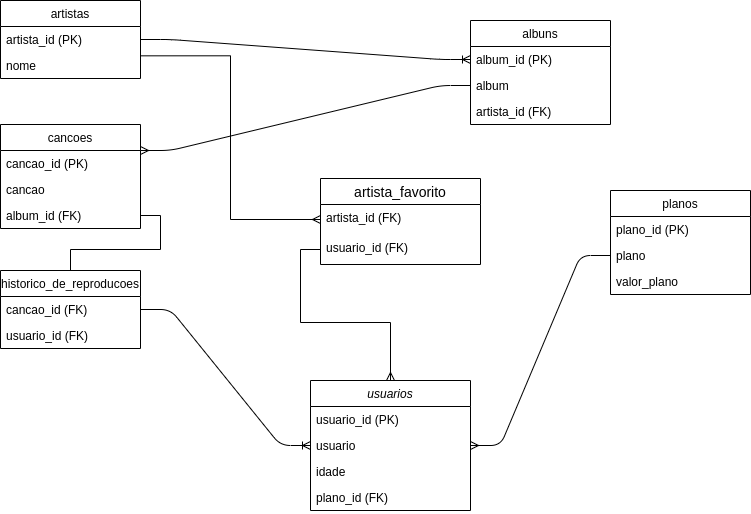
Above: images/MySQLOneForAll_Normalized.png in lmuffato/Project-mysql-one-for-all-Trybe (draw.io), before the change. Source tidied: cells renumbered, new cells last; positions are measured from the earlier drawing's top-left corner, leaving out a move shared by most shapes. Its diagram source:
```xml
<mxGraphModel>
  <root>
    <mxCell id="0" />
    <mxCell id="1" parent="0" />
    <mxCell id="2" value="usuarios" style="swimlane;fontStyle=2;align=center;verticalAlign=top;horizontal=1;startSize=26;rounded=0;shadow=0;strokeWidth=1;" parent="1" vertex="1">
      <mxGeometry x="310" y="380" width="160" height="130" as="geometry" />
    </mxCell>
    <mxCell id="3" value="usuario_id (PK)" style="text;align=left;verticalAlign=top;spacingLeft=4;spacingRight=4;overflow=hidden;" parent="2" vertex="1">
      <mxGeometry y="26" width="160" height="26" as="geometry" />
    </mxCell>
    <mxCell id="4" value="usuario" style="text;align=left;verticalAlign=top;spacingLeft=4;spacingRight=4;overflow=hidden;points=[[0,0.5],[1,0.5]];portConstraint=eastwest;rounded=0;shadow=0;html=0;" parent="2" vertex="1">
      <mxGeometry y="52" width="160" height="26" as="geometry" />
    </mxCell>
    <mxCell id="5" value="idade" style="text;align=left;verticalAlign=top;spacingLeft=4;spacingRight=4;overflow=hidden;rounded=0;shadow=0;html=0;" parent="2" vertex="1">
      <mxGeometry y="78" width="160" height="26" as="geometry" />
    </mxCell>
    <mxCell id="6" value="plano_id (FK)" style="text;align=left;verticalAlign=top;spacingLeft=4;spacingRight=4;overflow=hidden;rounded=0;shadow=0;html=0;" parent="2" vertex="1">
      <mxGeometry y="104" width="160" height="26" as="geometry" />
    </mxCell>
    <mxCell id="7" value="albuns" style="swimlane;fontStyle=0;horizontal=1;startSize=26;" parent="1" vertex="1">
      <mxGeometry x="470" y="20" width="140" height="104" as="geometry" />
    </mxCell>
    <mxCell id="8" value="album_id (PK)" style="text;strokeColor=none;fillColor=none;align=left;verticalAlign=top;spacingLeft=4;spacingRight=4;overflow=hidden;points=[[0,0.5],[1,0.5]];portConstraint=eastwest;" parent="7" vertex="1">
      <mxGeometry y="26" width="140" height="26" as="geometry" />
    </mxCell>
    <mxCell id="9" value="album" style="text;strokeColor=none;fillColor=none;align=left;verticalAlign=top;spacingLeft=4;spacingRight=4;overflow=hidden;points=[[0,0.5],[1,0.5]];portConstraint=eastwest;" parent="7" vertex="1">
      <mxGeometry y="52" width="140" height="26" as="geometry" />
    </mxCell>
    <mxCell id="10" value="artista_id (FK)" style="text;strokeColor=none;fillColor=none;align=left;verticalAlign=top;spacingLeft=4;spacingRight=4;overflow=hidden;" parent="7" vertex="1">
      <mxGeometry y="78" width="140" height="26" as="geometry" />
    </mxCell>
    <mxCell id="11" value="planos" style="swimlane;fontStyle=0;horizontal=1;startSize=26;" parent="1" vertex="1">
      <mxGeometry x="610" y="190" width="140" height="104" as="geometry" />
    </mxCell>
    <mxCell id="12" value="plano_id (PK)" style="text;strokeColor=none;fillColor=none;align=left;verticalAlign=top;spacingLeft=4;spacingRight=4;overflow=hidden;" parent="11" vertex="1">
      <mxGeometry y="26" width="140" height="26" as="geometry" />
    </mxCell>
    <mxCell id="13" value="plano" style="text;strokeColor=none;fillColor=none;align=left;verticalAlign=top;spacingLeft=4;spacingRight=4;overflow=hidden;points=[[0,0.5],[1,0.5]];portConstraint=eastwest;" parent="11" vertex="1">
      <mxGeometry y="52" width="140" height="26" as="geometry" />
    </mxCell>
    <mxCell id="14" value="valor_plano" style="text;strokeColor=none;fillColor=none;align=left;verticalAlign=top;spacingLeft=4;spacingRight=4;overflow=hidden;" parent="11" vertex="1">
      <mxGeometry y="78" width="140" height="26" as="geometry" />
    </mxCell>
    <mxCell id="15" value="cancoes" style="swimlane;fontStyle=0;horizontal=1;startSize=26;" parent="1" vertex="1">
      <mxGeometry y="124" width="140" height="104" as="geometry" />
    </mxCell>
    <mxCell id="16" value="cancao_id (PK)" style="text;strokeColor=none;fillColor=none;align=left;verticalAlign=top;spacingLeft=4;spacingRight=4;overflow=hidden;" parent="15" vertex="1">
      <mxGeometry y="26" width="140" height="26" as="geometry" />
    </mxCell>
    <mxCell id="17" value="cancao" style="text;strokeColor=none;fillColor=none;align=left;verticalAlign=top;spacingLeft=4;spacingRight=4;overflow=hidden;" parent="15" vertex="1">
      <mxGeometry y="52" width="140" height="26" as="geometry" />
    </mxCell>
    <mxCell id="18" value="album_id (FK)&#10;" style="text;strokeColor=none;fillColor=none;align=left;verticalAlign=top;spacingLeft=4;spacingRight=4;overflow=hidden;points=[[0,0.5],[1,0.5]];portConstraint=eastwest;" parent="15" vertex="1">
      <mxGeometry y="78" width="140" height="26" as="geometry" />
    </mxCell>
    <mxCell id="19" style="edgeStyle=orthogonalEdgeStyle;rounded=0;jettySize=auto;html=1;exitX=0.5;exitY=0;exitDx=0;exitDy=0;shadow=0;startArrow=none;startFill=0;endArrow=none;endFill=0;" parent="1" edge="1" source="20" target="18">
      <mxGeometry relative="1" as="geometry" />
    </mxCell>
    <mxCell id="20" value="historico_de_reproducoes" style="swimlane;fontStyle=0;horizontal=1;startSize=26;" parent="1" vertex="1">
      <mxGeometry y="270" width="140" height="78" as="geometry" />
    </mxCell>
    <mxCell id="21" value="cancao_id (FK)" style="text;strokeColor=none;fillColor=none;align=left;verticalAlign=top;spacingLeft=4;spacingRight=4;overflow=hidden;points=[[0,0.5],[1,0.5]];portConstraint=eastwest;" parent="20" vertex="1">
      <mxGeometry y="26" width="140" height="26" as="geometry" />
    </mxCell>
    <mxCell id="22" value="usuario_id (FK)" style="text;strokeColor=none;fillColor=none;align=left;verticalAlign=top;spacingLeft=4;spacingRight=4;overflow=hidden;" parent="20" vertex="1">
      <mxGeometry y="52" width="140" height="26" as="geometry" />
    </mxCell>
    <mxCell id="23" value="artistas" style="swimlane;fontStyle=0;horizontal=1;startSize=26;" parent="1" vertex="1">
      <mxGeometry width="140" height="78" as="geometry" />
    </mxCell>
    <mxCell id="24" value="artista_id (PK)" style="text;strokeColor=none;fillColor=none;align=left;verticalAlign=top;spacingLeft=4;spacingRight=4;overflow=hidden;points=[[0,0.5],[1,0.5]];portConstraint=eastwest;" parent="23" vertex="1">
      <mxGeometry y="26" width="140" height="26" as="geometry" />
    </mxCell>
    <mxCell id="25" value="nome&#10;" style="text;strokeColor=none;fillColor=none;align=left;verticalAlign=top;spacingLeft=4;spacingRight=4;overflow=hidden;points=[[0,0.5],[1,0.5]];portConstraint=eastwest;" parent="23" vertex="1">
      <mxGeometry y="52" width="140" height="26" as="geometry" />
    </mxCell>
    <mxCell id="26" style="edgeStyle=entityRelationEdgeStyle;fontSize=12;html=1;endArrow=none;startArrow=ERmany;startFill=0;endFill=0;entryX=0;entryY=0.5;entryDx=0;entryDy=0;exitX=1;exitY=0.5;exitDx=0;exitDy=0;" parent="1" edge="1" source="4" target="13">
      <mxGeometry relative="1" as="geometry" />
    </mxCell>
    <mxCell id="27" style="edgeStyle=entityRelationEdgeStyle;fontSize=12;html=1;endArrow=ERoneToMany;exitX=1;exitY=0.5;exitDx=0;exitDy=0;entryX=0;entryY=0.5;entryDx=0;entryDy=0;" parent="1" edge="1" source="24" target="8">
      <mxGeometry relative="1" as="geometry" />
    </mxCell>
    <mxCell id="28" style="edgeStyle=entityRelationEdgeStyle;fontSize=12;html=1;endArrow=none;shadow=0;endFill=0;startArrow=ERmany;startFill=0;exitX=1;exitY=0.25;exitDx=0;exitDy=0;entryX=0;entryY=0.5;entryDx=0;entryDy=0;" parent="1" edge="1" source="15" target="9">
      <mxGeometry relative="1" as="geometry" />
    </mxCell>
    <mxCell id="29" style="edgeStyle=entityRelationEdgeStyle;fontSize=12;html=1;endArrow=ERoneToMany;exitX=1;exitY=0.5;exitDx=0;exitDy=0;entryX=0;entryY=0.5;entryDx=0;entryDy=0;" parent="1" edge="1" source="21" target="4">
      <mxGeometry relative="1" as="geometry" />
    </mxCell>
    <mxCell id="30" value="artista_favorito" style="swimlane;fontStyle=0;horizontal=1;startSize=26;align=center;fontSize=14;" parent="1" vertex="1">
      <mxGeometry x="320" y="178" width="160" height="86" as="geometry" />
    </mxCell>
    <mxCell id="31" value="artista_id (FK)" style="text;strokeColor=none;fillColor=none;spacingLeft=4;spacingRight=4;overflow=hidden;points=[[0,0.5],[1,0.5]];portConstraint=eastwest;fontSize=12;" parent="30" vertex="1">
      <mxGeometry y="26" width="160" height="30" as="geometry" />
    </mxCell>
    <mxCell id="32" value="usuario_id (FK)" style="text;strokeColor=none;fillColor=none;spacingLeft=4;spacingRight=4;overflow=hidden;points=[[0,0.5],[1,0.5]];portConstraint=eastwest;fontSize=12;" parent="30" vertex="1">
      <mxGeometry y="56" width="160" height="30" as="geometry" />
    </mxCell>
    <mxCell id="33" style="edgeStyle=orthogonalEdgeStyle;rounded=0;jettySize=auto;html=1;exitX=0;exitY=0.5;exitDx=0;exitDy=0;entryX=1.002;entryY=0.128;entryDx=0;entryDy=0;entryPerimeter=0;shadow=0;startArrow=ERmany;startFill=0;endArrow=none;endFill=0;" parent="1" edge="1" source="31" target="25">
      <mxGeometry relative="1" as="geometry" />
    </mxCell>
    <mxCell id="34" style="edgeStyle=orthogonalEdgeStyle;rounded=0;jettySize=auto;html=1;exitX=0;exitY=0.5;exitDx=0;exitDy=0;entryX=0.5;entryY=0;entryDx=0;entryDy=0;shadow=0;startArrow=none;startFill=0;endArrow=ERmany;endFill=0;" parent="1" edge="1" source="32" target="2">
      <mxGeometry relative="1" as="geometry" />
    </mxCell>
  </root>
</mxGraphModel>
```
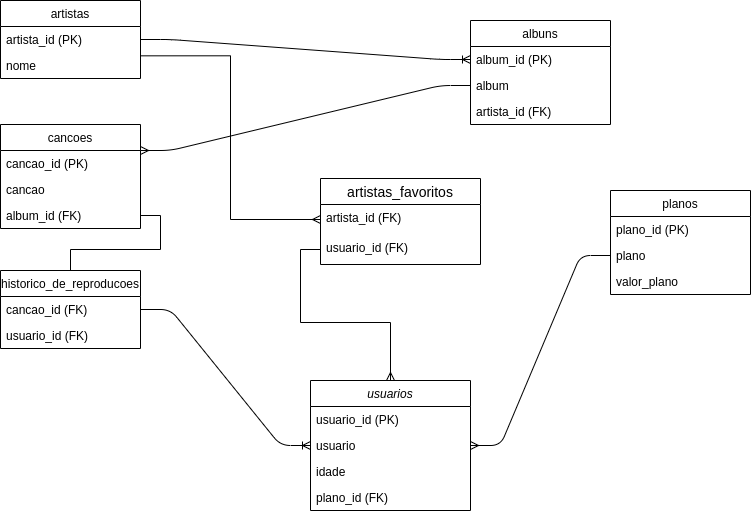
Above is the later version.

Diff of the diagram source:
```diff
@@ -86,7 +86,7 @@
     <mxCell id="29" style="edgeStyle=entityRelationEdgeStyle;fontSize=12;html=1;endArrow=ERoneToMany;exitX=1;exitY=0.5;exitDx=0;exitDy=0;entryX=0;entryY=0.5;entryDx=0;entryDy=0;" parent="1" edge="1" source="21" target="4">
       <mxGeometry relative="1" as="geometry" />
     </mxCell>
-    <mxCell id="30" value="artista_favorito" style="swimlane;fontStyle=0;horizontal=1;startSize=26;align=center;fontSize=14;" parent="1" vertex="1">
+    <mxCell id="30" value="artistas_favoritos" style="swimlane;fontStyle=0;horizontal=1;startSize=26;align=center;fontSize=14;" parent="1" vertex="1">
       <mxGeometry x="320" y="178" width="160" height="86" as="geometry" />
     </mxCell>
     <mxCell id="31" value="artista_id (FK)" style="text;strokeColor=none;fillColor=none;spacingLeft=4;spacingRight=4;overflow=hidden;points=[[0,0.5],[1,0.5]];portConstraint=eastwest;fontSize=12;" parent="30" vertex="1">
```
